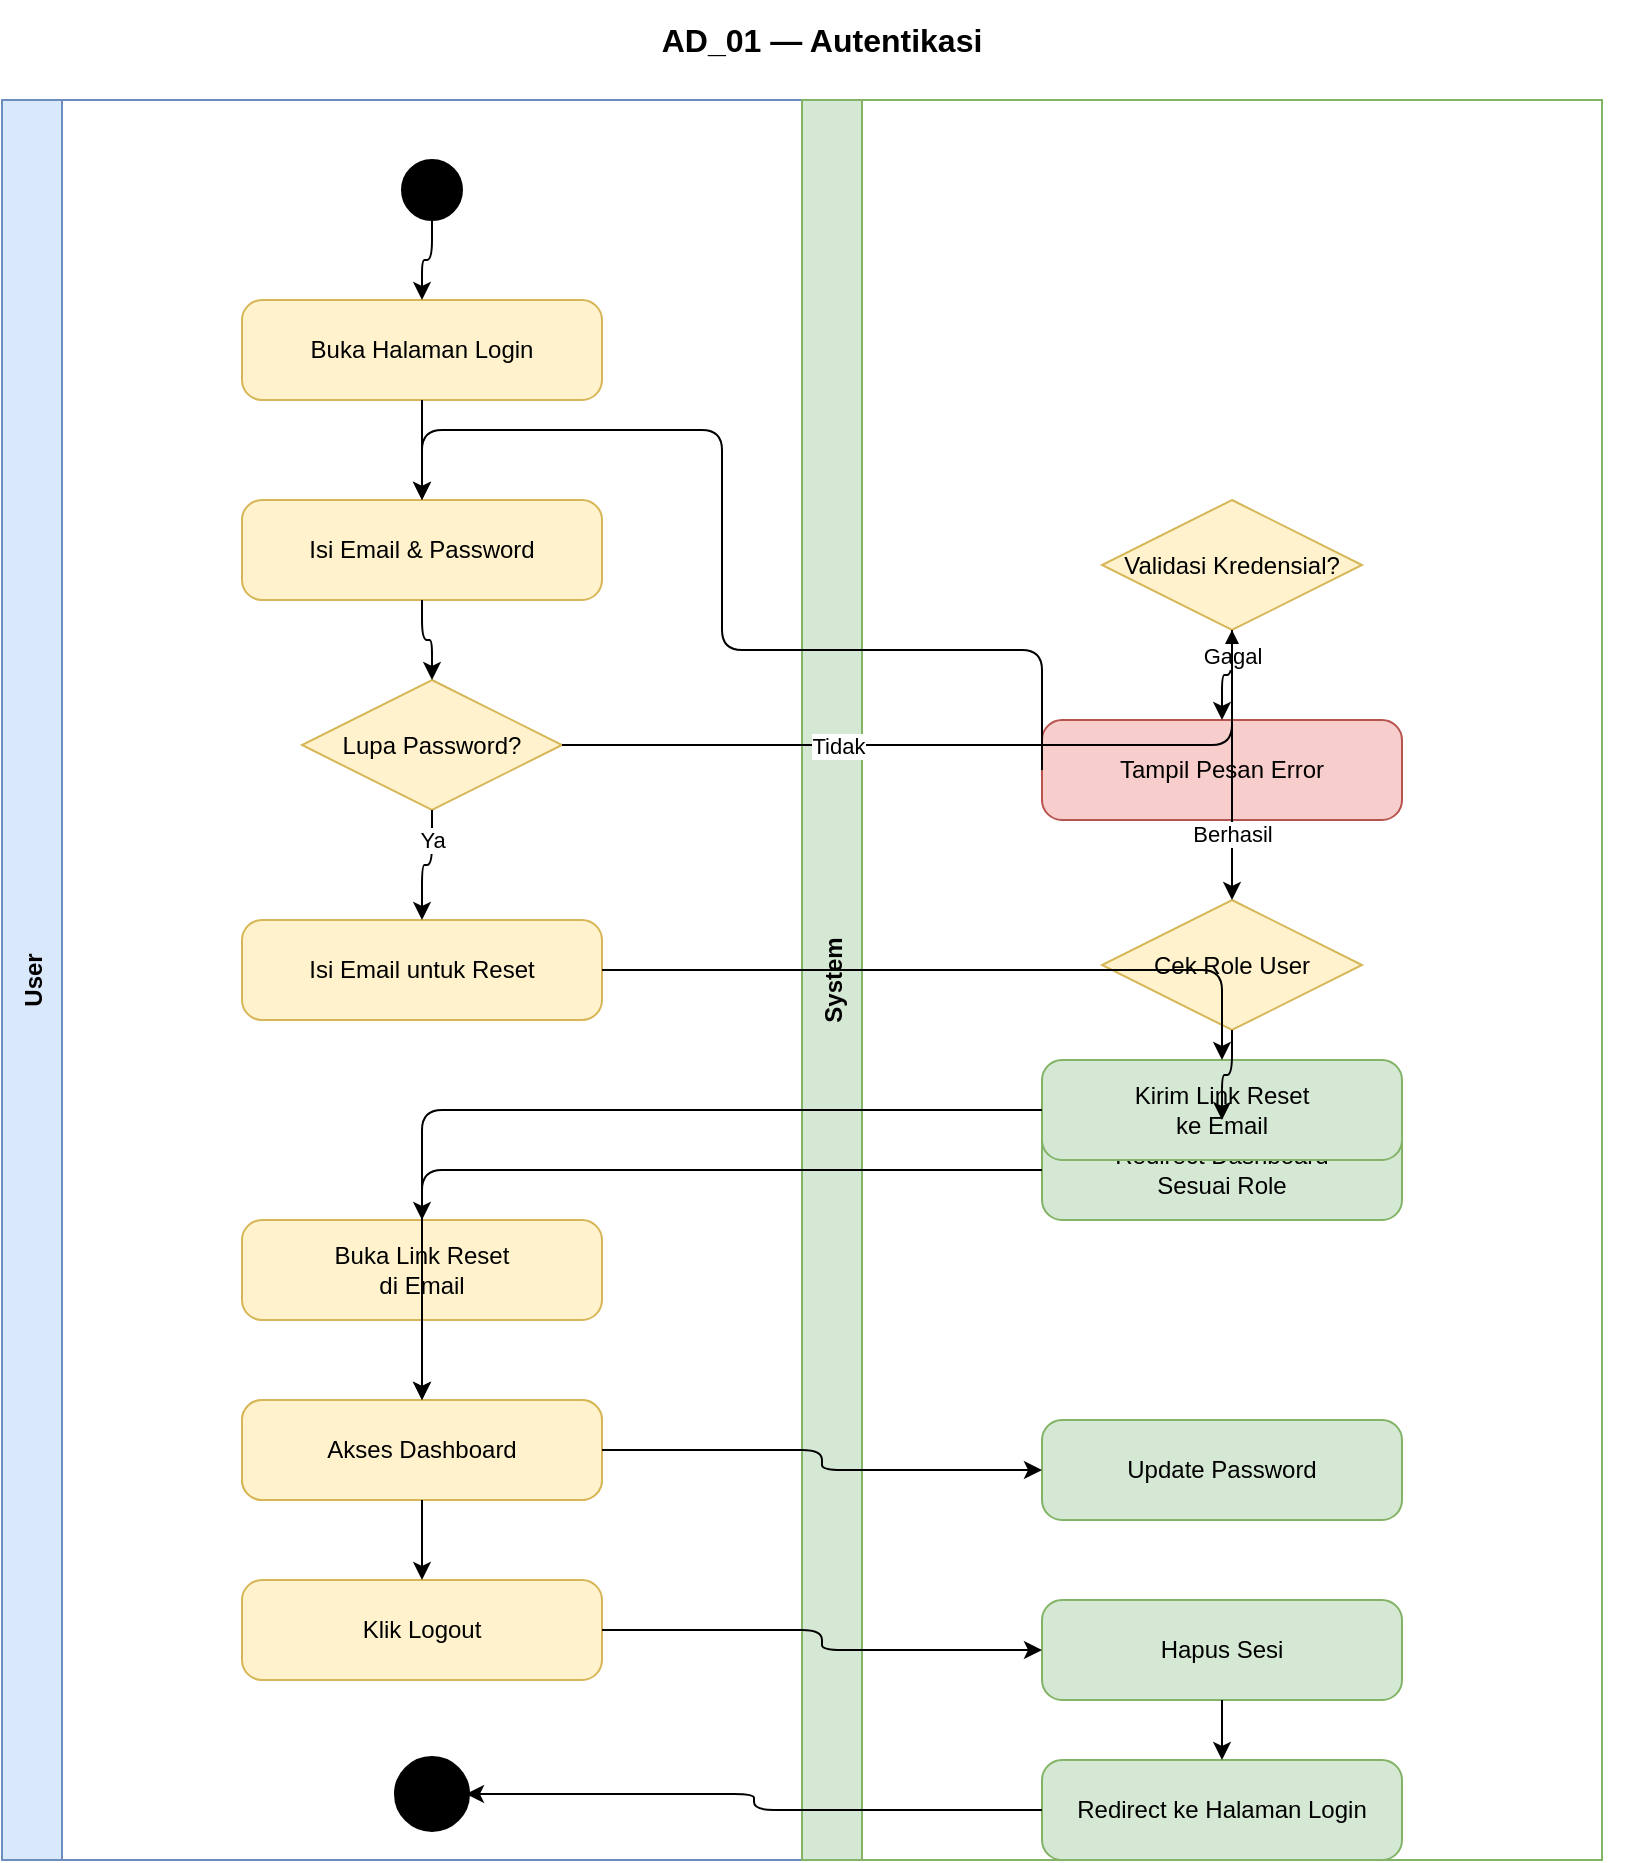
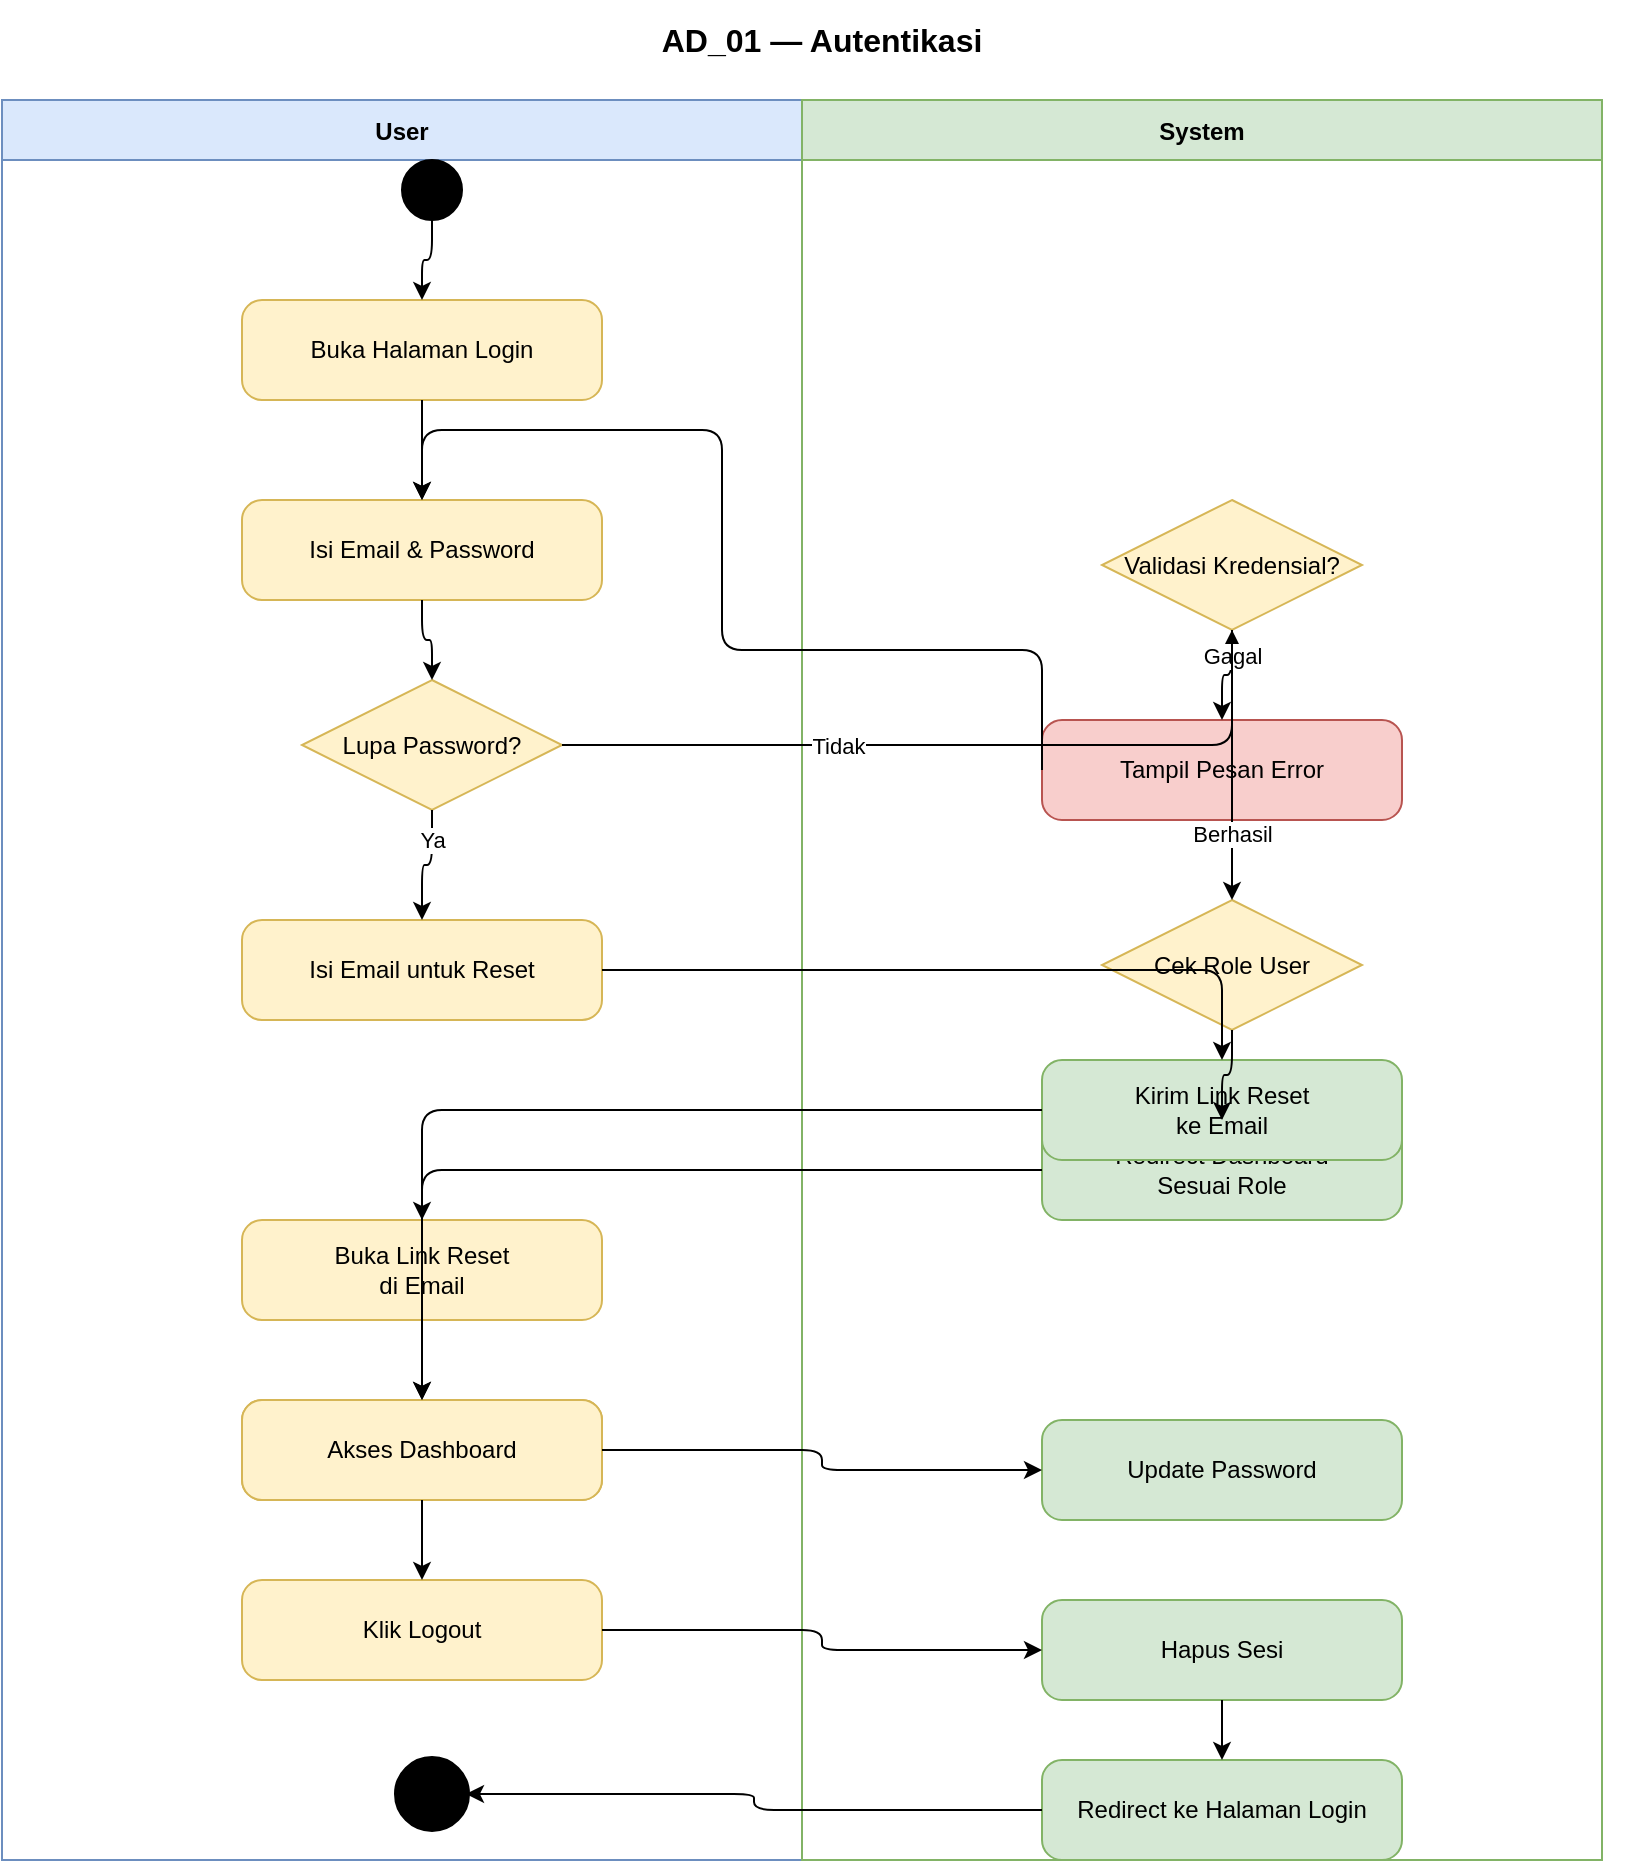
<?xml version="1.0" encoding="UTF-8"?>
<mxfile host="app.diagrams.net">
  <diagram name="Page-1">
    <mxGraphModel dx="1422" dy="762" grid="1" gridSize="10" guides="1" tooltips="1" connect="1" arrows="1" fold="1" page="1" pageScale="1" pageWidth="1169" pageHeight="827" math="0" shadow="0">
  <root>
    <mxCell id="0"/>
    <mxCell id="1" parent="0"/>

    <!-- Title -->
    <mxCell id="title" value="AD_01 — Autentikasi" style="text;html=1;strokeColor=none;fillColor=none;align=center;verticalAlign=middle;whiteSpace=wrap;fontSize=16;fontStyle=1;" vertex="1" parent="1">
      <mxGeometry x="20" y="10" width="820" height="40" as="geometry"/>
    </mxCell>

    <!-- Lane 1: User -->
-     <mxCell id="lane1" value="User" style="swimlane;startSize=30;horizontal=0;fillColor=#dae8fc;strokeColor=#6c8ebf;fontStyle=1;fontSize=12;" vertex="1" parent="1">
+     <mxCell id="lane1" value="User" style="swimlane;startSize=30;fillColor=#dae8fc;strokeColor=#6c8ebf;fontStyle=1;fontSize=12;" vertex="1" parent="1">
      <mxGeometry x="20" y="60" width="400" height="880" as="geometry"/>
    </mxCell>

    <!-- Lane 2: System -->
-     <mxCell id="lane2" value="System" style="swimlane;startSize=30;horizontal=0;fillColor=#d5e8d4;strokeColor=#82b366;fontStyle=1;fontSize=12;" vertex="1" parent="1">
+     <mxCell id="lane2" value="System" style="swimlane;startSize=30;fillColor=#d5e8d4;strokeColor=#82b366;fontStyle=1;fontSize=12;" vertex="1" parent="1">
      <mxGeometry x="420" y="60" width="400" height="880" as="geometry"/>
    </mxCell>

    <!-- ===== USER LANE ===== -->

    <!-- Start -->
    <mxCell id="u_start" value="" style="ellipse;aspect=fixed;fillColor=#000000;strokeColor=#000000;" vertex="1" parent="1">
      <mxGeometry x="220" y="90" width="30" height="30" as="geometry"/>
    </mxCell>

    <!-- Buka Halaman Login -->
    <mxCell id="u_open" value="Buka Halaman Login" style="rounded=1;whiteSpace=wrap;html=1;fillColor=#fff2cc;strokeColor=#d6b656;arcSize=20;" vertex="1" parent="1">
      <mxGeometry x="140" y="160" width="180" height="50" as="geometry"/>
    </mxCell>

    <!-- Isi Email & Password -->
    <mxCell id="u_fill" value="Isi Email &amp; Password" style="rounded=1;whiteSpace=wrap;html=1;fillColor=#fff2cc;strokeColor=#d6b656;arcSize=20;" vertex="1" parent="1">
      <mxGeometry x="140" y="260" width="180" height="50" as="geometry"/>
    </mxCell>

    <!-- Klik Lupa Password? (Decision) -->
    <mxCell id="u_forgot_dec" value="Lupa Password?" style="rhombus;whiteSpace=wrap;html=1;fillColor=#fff2cc;strokeColor=#d6b656;" vertex="1" parent="1">
      <mxGeometry x="170" y="350" width="130" height="65" as="geometry"/>
    </mxCell>

    <!-- Isi Email Reset -->
    <mxCell id="u_reset_email" value="Isi Email untuk Reset" style="rounded=1;whiteSpace=wrap;html=1;fillColor=#fff2cc;strokeColor=#d6b656;arcSize=20;" vertex="1" parent="1">
      <mxGeometry x="140" y="470" width="180" height="50" as="geometry"/>
    </mxCell>

    <!-- Buka Link Reset di Email -->
    <mxCell id="u_open_link" value="Buka Link Reset&lt;br&gt;di Email" style="rounded=1;whiteSpace=wrap;html=1;fillColor=#fff2cc;strokeColor=#d6b656;arcSize=20;" vertex="1" parent="1">
      <mxGeometry x="140" y="620" width="180" height="50" as="geometry"/>
    </mxCell>

    <!-- Isi Password Baru -->
    <mxCell id="u_new_pass" value="Isi Password Baru" style="rounded=1;whiteSpace=wrap;html=1;fillColor=#fff2cc;strokeColor=#d6b656;arcSize=20;" vertex="1" parent="1">
      <mxGeometry x="140" y="710" width="180" height="50" as="geometry"/>
    </mxCell>

    <!-- Akses Dashboard (main flow) -->
    <mxCell id="u_dashboard" value="Akses Dashboard" style="rounded=1;whiteSpace=wrap;html=1;fillColor=#fff2cc;strokeColor=#d6b656;arcSize=20;" vertex="1" parent="1">
      <mxGeometry x="140" y="710" width="180" height="50" as="geometry"/>
    </mxCell>

    <!-- Klik Logout -->
    <mxCell id="u_logout" value="Klik Logout" style="rounded=1;whiteSpace=wrap;html=1;fillColor=#fff2cc;strokeColor=#d6b656;arcSize=20;" vertex="1" parent="1">
      <mxGeometry x="140" y="800" width="180" height="50" as="geometry"/>
    </mxCell>

    <!-- End -->
    <mxCell id="u_end" value="" style="ellipse;aspect=fixed;fillColor=#000000;strokeColor=#000000;strokeWidth=4;" vertex="1" parent="1">
      <mxGeometry x="218" y="890" width="34" height="34" as="geometry"/>
    </mxCell>

    <!-- ===== SYSTEM LANE ===== -->

    <!-- Validasi Kredensial -->
    <mxCell id="s_validate" value="Validasi Kredensial?" style="rhombus;whiteSpace=wrap;html=1;fillColor=#fff2cc;strokeColor=#d6b656;" vertex="1" parent="1">
      <mxGeometry x="570" y="260" width="130" height="65" as="geometry"/>
    </mxCell>

    <!-- Tampil Pesan Error -->
    <mxCell id="s_error" value="Tampil Pesan Error" style="rounded=1;whiteSpace=wrap;html=1;fillColor=#f8cecc;strokeColor=#b85450;arcSize=20;" vertex="1" parent="1">
      <mxGeometry x="540" y="370" width="180" height="50" as="geometry"/>
    </mxCell>

    <!-- Cek Role User -->
    <mxCell id="s_role" value="Cek Role User" style="rhombus;whiteSpace=wrap;html=1;fillColor=#fff2cc;strokeColor=#d6b656;" vertex="1" parent="1">
      <mxGeometry x="570" y="460" width="130" height="65" as="geometry"/>
    </mxCell>

    <!-- Redirect Sesuai Role -->
    <mxCell id="s_redirect" value="Redirect Dashboard&lt;br&gt;Sesuai Role" style="rounded=1;whiteSpace=wrap;html=1;fillColor=#d5e8d4;strokeColor=#82b366;arcSize=20;" vertex="1" parent="1">
      <mxGeometry x="540" y="570" width="180" height="50" as="geometry"/>
    </mxCell>

    <!-- Kirim Link Reset -->
    <mxCell id="s_send_link" value="Kirim Link Reset&lt;br&gt;ke Email" style="rounded=1;whiteSpace=wrap;html=1;fillColor=#d5e8d4;strokeColor=#82b366;arcSize=20;" vertex="1" parent="1">
      <mxGeometry x="540" y="540" width="180" height="50" as="geometry"/>
    </mxCell>

    <!-- Update Password -->
    <mxCell id="s_update_pass" value="Update Password" style="rounded=1;whiteSpace=wrap;html=1;fillColor=#d5e8d4;strokeColor=#82b366;arcSize=20;" vertex="1" parent="1">
      <mxGeometry x="540" y="720" width="180" height="50" as="geometry"/>
    </mxCell>

    <!-- Hapus Sesi -->
    <mxCell id="s_clear" value="Hapus Sesi" style="rounded=1;whiteSpace=wrap;html=1;fillColor=#d5e8d4;strokeColor=#82b366;arcSize=20;" vertex="1" parent="1">
      <mxGeometry x="540" y="810" width="180" height="50" as="geometry"/>
    </mxCell>

    <!-- Redirect ke Login -->
    <mxCell id="s_redir_login" value="Redirect ke Halaman Login" style="rounded=1;whiteSpace=wrap;html=1;fillColor=#d5e8d4;strokeColor=#82b366;arcSize=20;" vertex="1" parent="1">
      <mxGeometry x="540" y="890" width="180" height="50" as="geometry"/>
    </mxCell>

    <!-- ===== EDGES ===== -->

    <!-- Start → Buka Login -->
    <mxCell id="e1" style="edgeStyle=orthogonalEdgeStyle;" edge="1" source="u_start" target="u_open" parent="1">
      <mxGeometry relative="1" as="geometry"/>
    </mxCell>

    <!-- Buka Login → Isi Form -->
    <mxCell id="e2" style="edgeStyle=orthogonalEdgeStyle;" edge="1" source="u_open" target="u_fill" parent="1">
      <mxGeometry relative="1" as="geometry"/>
    </mxCell>

    <!-- Isi Form → Lupa Password? -->
    <mxCell id="e3" style="edgeStyle=orthogonalEdgeStyle;" edge="1" source="u_fill" target="u_forgot_dec" parent="1">
      <mxGeometry relative="1" as="geometry"/>
    </mxCell>

    <!-- Lupa Password? → Isi Email Reset (Ya) -->
    <mxCell id="e4" style="edgeStyle=orthogonalEdgeStyle;" edge="1" source="u_forgot_dec" target="u_reset_email" parent="1">
      <mxGeometry relative="1" as="geometry"/>
    </mxCell>
    <mxCell id="e4_lbl" value="Ya" style="edgeLabel;html=1;align=center;verticalAlign=middle;resizable=0;" vertex="1" connectable="0" parent="e4">
      <mxGeometry x="-0.5" relative="1" as="geometry"><mxPoint as="offset"/></mxGeometry>
    </mxCell>

    <!-- Lupa Password? → System Validasi (Tidak = Login biasa) -->
    <mxCell id="e5" style="edgeStyle=orthogonalEdgeStyle;" edge="1" source="u_forgot_dec" target="s_validate" parent="1">
      <mxGeometry relative="1" as="geometry"/>
    </mxCell>
    <mxCell id="e5_lbl" value="Tidak" style="edgeLabel;html=1;align=center;verticalAlign=middle;resizable=0;" vertex="1" connectable="0" parent="e5">
      <mxGeometry x="-0.3" relative="1" as="geometry"><mxPoint as="offset"/></mxGeometry>
    </mxCell>

    <!-- User Isi Email Reset → System Kirim Link -->
    <mxCell id="e6" style="edgeStyle=orthogonalEdgeStyle;" edge="1" source="u_reset_email" target="s_send_link" parent="1">
      <mxGeometry relative="1" as="geometry"/>
    </mxCell>

    <!-- System Kirim Link → User Buka Link -->
    <mxCell id="e7" style="edgeStyle=orthogonalEdgeStyle;" edge="1" source="s_send_link" target="u_open_link" parent="1">
      <mxGeometry relative="1" as="geometry"/>
    </mxCell>

    <!-- User Buka Link → Isi Password Baru -->
    <mxCell id="e8" style="edgeStyle=orthogonalEdgeStyle;" edge="1" source="u_open_link" target="u_new_pass" parent="1">
      <mxGeometry relative="1" as="geometry"/>
    </mxCell>

    <!-- User Isi Password Baru → System Update Password -->
    <mxCell id="e9" style="edgeStyle=orthogonalEdgeStyle;" edge="1" source="u_new_pass" target="s_update_pass" parent="1">
      <mxGeometry relative="1" as="geometry"/>
    </mxCell>

    <!-- System Validate → Tampil Error (Gagal) -->
    <mxCell id="e10" style="edgeStyle=orthogonalEdgeStyle;" edge="1" source="s_validate" target="s_error" parent="1">
      <mxGeometry relative="1" as="geometry"/>
    </mxCell>
    <mxCell id="e10_lbl" value="Gagal" style="edgeLabel;html=1;align=center;verticalAlign=middle;resizable=0;" vertex="1" connectable="0" parent="e10">
      <mxGeometry x="-0.5" relative="1" as="geometry"><mxPoint as="offset"/></mxGeometry>
    </mxCell>

    <!-- System Error → User Isi Form (loop back) -->
    <mxCell id="e11" style="edgeStyle=orthogonalEdgeStyle;exitX=0;exitY=0.5;exitDx=0;exitDy=0;" edge="1" source="s_error" target="u_fill" parent="1">
      <mxGeometry relative="1" as="geometry">
        <Array as="points">
          <mxPoint x="380" y="335"/>
          <mxPoint x="380" y="225"/>
        </Array>
      </mxGeometry>
    </mxCell>

    <!-- System Validate → Cek Role (Berhasil) -->
    <mxCell id="e12" style="edgeStyle=orthogonalEdgeStyle;" edge="1" source="s_validate" target="s_role" parent="1">
      <mxGeometry relative="1" as="geometry"/>
    </mxCell>
    <mxCell id="e12_lbl" value="Berhasil" style="edgeLabel;html=1;align=center;verticalAlign=middle;resizable=0;" vertex="1" connectable="0" parent="e12">
      <mxGeometry x="0.5" relative="1" as="geometry"><mxPoint as="offset"/></mxGeometry>
    </mxCell>

    <!-- System Cek Role → Redirect -->
    <mxCell id="e13" style="edgeStyle=orthogonalEdgeStyle;" edge="1" source="s_role" target="s_redirect" parent="1">
      <mxGeometry relative="1" as="geometry"/>
    </mxCell>

    <!-- System Redirect → User Dashboard -->
    <mxCell id="e14" style="edgeStyle=orthogonalEdgeStyle;" edge="1" source="s_redirect" target="u_dashboard" parent="1">
      <mxGeometry relative="1" as="geometry"/>
    </mxCell>

    <!-- User Dashboard → Logout -->
    <mxCell id="e15" style="edgeStyle=orthogonalEdgeStyle;" edge="1" source="u_dashboard" target="u_logout" parent="1">
      <mxGeometry relative="1" as="geometry"/>
    </mxCell>

    <!-- User Logout → System Hapus Sesi -->
    <mxCell id="e16" style="edgeStyle=orthogonalEdgeStyle;" edge="1" source="u_logout" target="s_clear" parent="1">
      <mxGeometry relative="1" as="geometry"/>
    </mxCell>

    <!-- System Hapus Sesi → Redirect Login -->
    <mxCell id="e17" style="edgeStyle=orthogonalEdgeStyle;" edge="1" source="s_clear" target="s_redir_login" parent="1">
      <mxGeometry relative="1" as="geometry"/>
    </mxCell>

    <!-- System Redirect Login → End -->
    <mxCell id="e18" style="edgeStyle=orthogonalEdgeStyle;" edge="1" source="s_redir_login" target="u_end" parent="1">
      <mxGeometry relative="1" as="geometry"/>
    </mxCell>

  </root>
</mxGraphModel>
  </diagram>
</mxfile>
